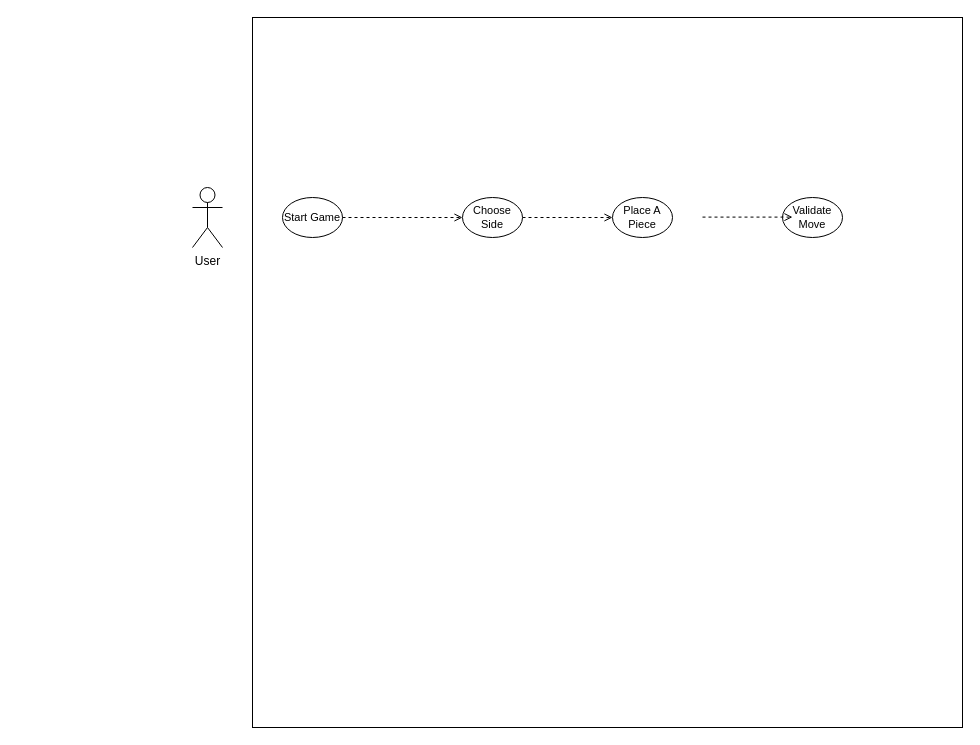
Before: Iteration_1/Backend/UseCaseDiagrams/backend_UseCaseDiagram.drawio in m-yoon02/Condensation, a draw.io diagram. Source tidied: cells renumbered, new cells numbered last; positions are measured from the earlier drawing's top-left corner, leaving out a move shared by most shapes. Both pictures are drawn from the tidied source at 100%, with x=0, y=0 at pixel (192, 17).
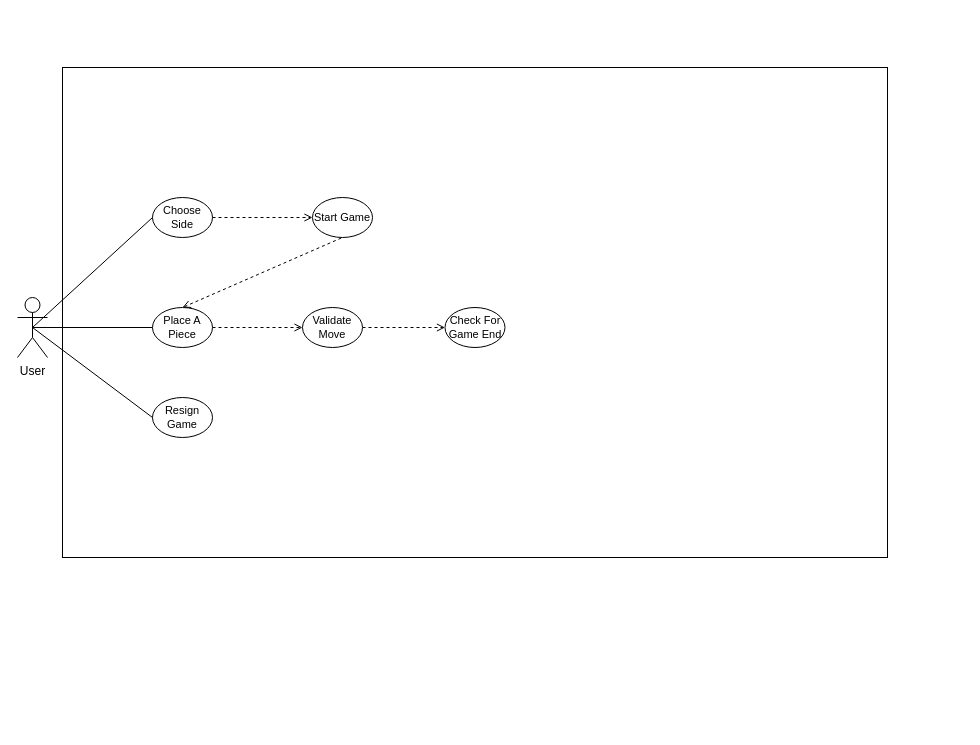
The same page after the edit.

Commit message:
Changed order and position of the use cases

Diff of the diagram source:
```diff
@@
 <mxGraphModel>
   <root>
     <mxCell id="0" />
     <mxCell id="1" parent="0" />
-    <mxCell id="2" style="whiteSpace=wrap;html=1;" parent="1" vertex="1">
-      <mxGeometry x="60" width="710" height="710" as="geometry" />
-    </mxCell>
+    <mxCell id="11" style="rounded=0;whiteSpace=wrap;html=1;" parent="1" vertex="1">
+      <mxGeometry x="-130" y="50" width="825" height="490" as="geometry" />
+    </mxCell>
     <mxCell id="3" value="User" style="shape=umlActor;verticalLabelPosition=bottom;verticalAlign=top;html=1;outlineConnect=0;" parent="1" vertex="1">
-      <mxGeometry y="170" width="30" height="60" as="geometry" />
+      <mxGeometry x="-175" y="280" width="30" height="60" as="geometry" />
     </mxCell>
     <mxCell id="4" value="Start Game" style="ellipse;whiteSpace=wrap;html=1;fontSize=11;" parent="1" vertex="1">
-      <mxGeometry x="90" y="180" width="60" height="40" as="geometry" />
+      <mxGeometry x="120" y="180" width="60" height="40" as="geometry" />
     </mxCell>
-    <mxCell id="5" style="edgeStyle=orthogonalEdgeStyle;rounded=0;jettySize=auto;html=1;dashed=1;endArrow=open;endFill=0;" parent="1" edge="1" source="6" target="8">
-      <mxGeometry relative="1" as="geometry" />
-    </mxCell>
     <mxCell id="6" value="Choose Side" style="ellipse;whiteSpace=wrap;html=1;fontSize=11;" parent="1" vertex="1">
-      <mxGeometry x="270" y="180" width="60" height="40" as="geometry" />
+      <mxGeometry x="-40" y="180" width="60" height="40" as="geometry" />
     </mxCell>
-    <mxCell id="7" style="endArrow=open;dashed=1;html=1;rounded=0;exitX=1;exitY=0.5;exitDx=0;exitDy=0;entryX=0;entryY=0.5;entryDx=0;entryDy=0;endFill=0;" parent="1" edge="1" source="4" target="6">
-      <mxGeometry relative="1" as="geometry" />
-    </mxCell>
     <mxCell id="8" value="Place A Piece" style="ellipse;whiteSpace=wrap;html=1;fontSize=11;" parent="1" vertex="1">
-      <mxGeometry x="420" y="180" width="60" height="40" as="geometry" />
+      <mxGeometry x="-40" y="290" width="60" height="40" as="geometry" />
     </mxCell>
+    <mxCell id="10" style="edgeStyle=orthogonalEdgeStyle;rounded=0;jettySize=auto;html=1;dashed=1;endArrow=open;endFill=0;entryX=0;entryY=0.5;entryDx=0;entryDy=0;" parent="1" edge="1" source="9" target="15">
+      <mxGeometry relative="1" as="geometry" />
+    </mxCell>
+    <mxCell id="12" style="edgeStyle=orthogonalEdgeStyle;rounded=0;jettySize=auto;html=1;dashed=1;endArrow=open;endFill=0;exitX=1;exitY=0.5;exitDx=0;exitDy=0;entryX=0;entryY=0.5;entryDx=0;entryDy=0;" parent="1" edge="1" source="6" target="4">
+      <mxGeometry relative="1" as="geometry" />
+    </mxCell>
+    <mxCell id="13" value="Resign Game" style="ellipse;whiteSpace=wrap;html=1;fontSize=11;" parent="1" vertex="1">
+      <mxGeometry x="-40" y="380" width="60" height="40" as="geometry" />
+    </mxCell>
+    <mxCell id="14" style="edgeStyle=orthogonalEdgeStyle;rounded=0;jettySize=auto;html=1;dashed=1;endArrow=open;endFill=0;exitX=1;exitY=0.5;exitDx=0;exitDy=0;" parent="1" edge="1" source="8" target="9">
+      <mxGeometry relative="1" as="geometry" />
+    </mxCell>
     <mxCell id="9" value="Validate Move" style="ellipse;whiteSpace=wrap;html=1;fontSize=11;" parent="1" vertex="1">
-      <mxGeometry x="590" y="180" width="60" height="40" as="geometry" />
+      <mxGeometry x="110" y="290" width="60" height="40" as="geometry" />
     </mxCell>
-    <mxCell id="10" style="edgeStyle=orthogonalEdgeStyle;rounded=0;orthogonalLoop=1;jettySize=auto;html=1;dashed=1;endArrow=open;endFill=0;" parent="1" edge="1">
-      <mxGeometry relative="1" as="geometry">
-        <mxPoint x="510" y="199.6" as="sourcePoint" />
-        <mxPoint x="600" y="199.6" as="targetPoint" />
-        <Array as="points">
-          <mxPoint x="540" y="200" />
-          <mxPoint x="540" y="200" />
-        </Array>
-      </mxGeometry>
-    </mxCell>
+    <mxCell id="15" value="Check For Game End" style="ellipse;whiteSpace=wrap;html=1;fontSize=11;" parent="1" vertex="1">
+      <mxGeometry x="252.5" y="290" width="60" height="40" as="geometry" />
+    </mxCell>
+    <mxCell id="16" style="endArrow=none;html=1;rounded=0;exitX=0.5;exitY=0.5;exitDx=0;exitDy=0;entryX=0;entryY=0.5;entryDx=0;entryDy=0;endFill=0;exitPerimeter=0;" parent="1" edge="1" source="3" target="13">
+      <mxGeometry relative="1" as="geometry" />
+    </mxCell>
+    <mxCell id="17" style="endArrow=none;html=1;rounded=0;entryX=0;entryY=0.5;entryDx=0;entryDy=0;endFill=0;" parent="1" edge="1" target="8">
+      <mxGeometry relative="1" as="geometry">
+        <mxPoint x="-160" y="310" as="sourcePoint" />
+      </mxGeometry>
+    </mxCell>
+    <mxCell id="18" style="endArrow=none;html=1;rounded=0;exitX=0.5;exitY=0.5;exitDx=0;exitDy=0;entryX=0;entryY=0.5;entryDx=0;entryDy=0;endFill=0;exitPerimeter=0;" parent="1" edge="1" source="3" target="6">
+      <mxGeometry relative="1" as="geometry" />
+    </mxCell>
+    <mxCell id="19" style="endArrow=none;dashed=1;html=1;rounded=0;entryX=0.5;entryY=1;entryDx=0;entryDy=0;endFill=0;startArrow=open;startFill=0;" parent="1" edge="1" target="4">
+      <mxGeometry relative="1" as="geometry">
+        <mxPoint x="-10" y="290" as="sourcePoint" />
+      </mxGeometry>
+    </mxCell>
   </root>
 </mxGraphModel>
```
